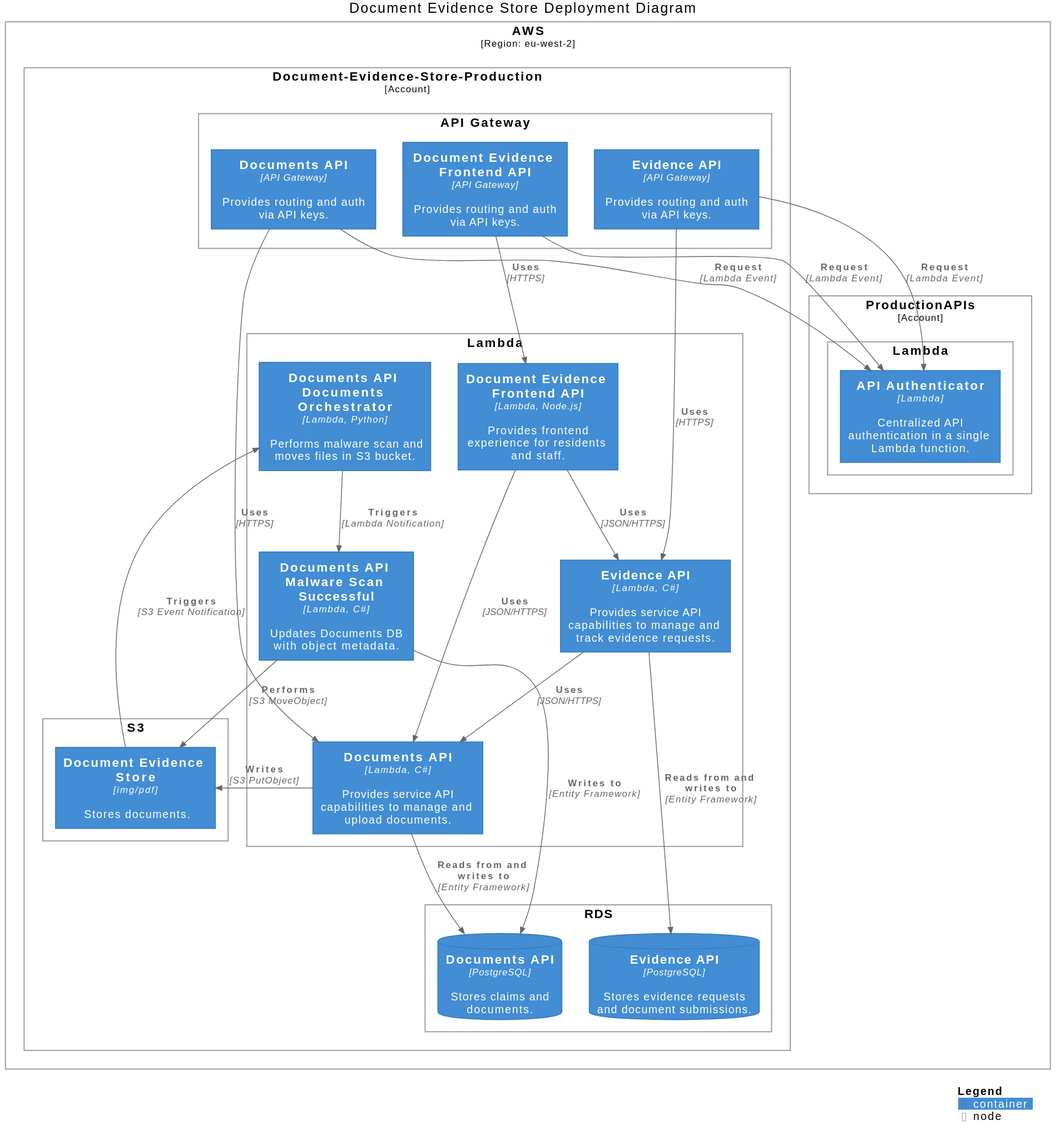
LBHackney-IT/evidence-api keeps this PlantUML diagram as docs/diagrams/deployment.svg. Above is the earlier version.
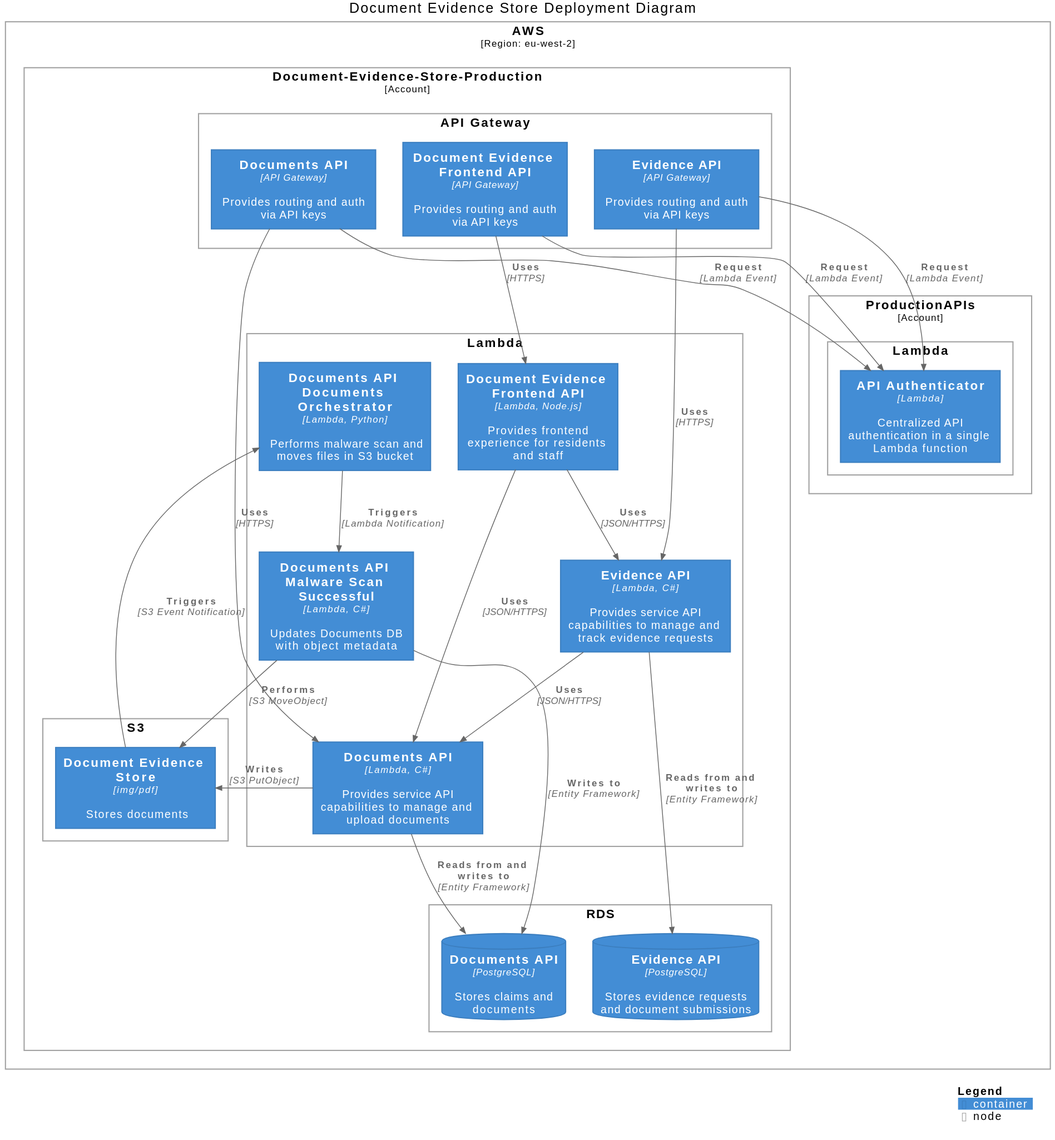
Later version of the same file.

Commit message:
DES-314: tidy deployment diagram

Change to the diagram source:
```diff
@@ -7,33 +7,33 @@
 Deployment_Node(aws, "AWS", "Region: eu-west-2") {
   Deployment_Node(aws_production_apis, "ProductionAPIs", "Account") {
     Deployment_Node(aws_production_apis_lambda, "Lambda") {
-      Container(api_authenticator, "API Authenticator", "Lambda", "Centralized API authentication in a single Lambda function.")
+      Container(api_authenticator, "API Authenticator", "Lambda", "Centralized API authentication in a single Lambda function")
     }
   }
 
   Deployment_Node(aws_des_production, "Document-Evidence-Store-Production", "Account") {
 
     Deployment_Node(aws_des_production_api_gateway, "API Gateway") {
-      Container(evidence_api_gateway, "Evidence API", "API Gateway", "Provides routing and auth via API keys.")
-      Container(documents_api_gateway, "Documents API", "API Gateway", "Provides routing and auth via API keys.")
-      Container(document_evidence_frontend_api_gateway, "Document Evidence Frontend API", "API Gateway", "Provides routing and auth via API keys.")
+      Container(evidence_api_gateway, "Evidence API", "API Gateway", "Provides routing and auth via API keys")
+      Container(documents_api_gateway, "Documents API", "API Gateway", "Provides routing and auth via API keys")
+      Container(document_evidence_frontend_api_gateway, "Document Evidence Frontend API", "API Gateway", "Provides routing and auth via API keys")
     }
 
     Deployment_Node(aws_des_production_lambda, "Lambda") {
-      Container(evidence_api_lambda, "Evidence API", "Lambda, C#", "Provides service API capabilities to manage and track evidence requests.")
-      Container(documents_api_lambda, "Documents API", "Lambda, C#", "Provides service API capabilities to manage and upload documents.")
-      Container(document_evidence_frontend_api_lambda, "Document Evidence Frontend API", "Lambda, Node.js", "Provides frontend experience for residents and staff.")
-      Container(documents_api_documents_orchestrator_lambda, "Documents API Documents Orchestrator", "Lambda, Python", "Performs malware scan and moves files in S3 bucket.")
-      Container(documents_api_malware_scan_successful_lambda, "Documents API Malware Scan Successful", "Lambda, C#", "Updates Documents DB with object metadata.")
+      Container(evidence_api_lambda, "Evidence API", "Lambda, C#", "Provides service API capabilities to manage and track evidence requests")
+      Container(documents_api_lambda, "Documents API", "Lambda, C#", "Provides service API capabilities to manage and upload documents")
+      Container(document_evidence_frontend_api_lambda, "Document Evidence Frontend API", "Lambda, Node.js", "Provides frontend experience for residents and staff")
+      Container(documents_api_documents_orchestrator_lambda, "Documents API Documents Orchestrator", "Lambda, Python", "Performs malware scan and moves files in S3 bucket")
+      Container(documents_api_malware_scan_successful_lambda, "Documents API Malware Scan Successful", "Lambda, C#", "Updates Documents DB with object metadata")
     }
 
     Deployment_Node(aws_des_production_rds, "RDS") {
-      ContainerDb(evidence_api_rds, "Evidence API", "PostgreSQL", "Stores evidence requests and document submissions.")
-      ContainerDb(documents_api_rds, "Documents API", "PostgreSQL", "Stores claims and documents.")
+      ContainerDb(evidence_api_rds, "Evidence API", "PostgreSQL", "Stores evidence requests and document submissions")
+      ContainerDb(documents_api_rds, "Documents API", "PostgreSQL", "Stores claims and documents")
     }
 
     Deployment_Node(aws_des_production_s3, "S3") {
-      Container(documents_s3, "Document Evidence Store", "img/pdf", "Stores documents.")
+      Container(documents_s3, "Document Evidence Store", "img/pdf", "Stores documents")
     }
 }
 
```
